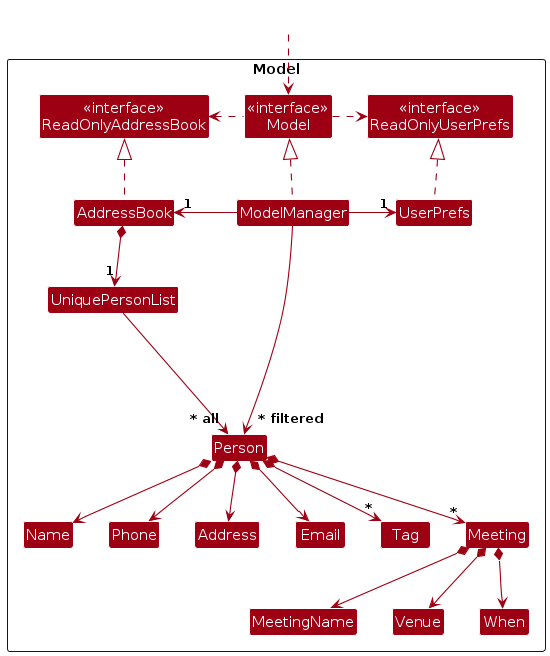
Earlier version of the PlantUML export diagrams/ModelClassDiagram.png (AY2526S1-CS2103-F10-1/tp). Its source is kept beside it as diagrams/ModelClassDiagram.puml. The source it was exported from:
```plantuml
@startuml
!include style.puml
skinparam arrowThickness 1.1
skinparam arrowColor MODEL_COLOR
skinparam classBackgroundColor MODEL_COLOR

Package Model as ModelPackage <<Rectangle>>{
Class "<<interface>>\nReadOnlyAddressBook" as ReadOnlyAddressBook
Class "<<interface>>\nReadOnlyUserPrefs" as ReadOnlyUserPrefs
Class "<<interface>>\nModel" as Model
Class AddressBook
Class ModelManager
Class UserPrefs

Class UniquePersonList
Class Person
Class Address
Class Email
Class Name
Class Phone
Class Tag
Class Meeting
Class MeetingName
Class Venue
Class When

Class I #FFFFFF
}

Class HiddenOutside #FFFFFF
HiddenOutside ..> Model

AddressBook .up.|> ReadOnlyAddressBook

ModelManager .up.|> Model
Model .right.> ReadOnlyUserPrefs
Model .left.> ReadOnlyAddressBook
ModelManager -left-> "1" AddressBook
ModelManager -right-> "1" UserPrefs
UserPrefs .up.|> ReadOnlyUserPrefs

AddressBook *--> "1" UniquePersonList
UniquePersonList --> "~* all" Person
Person *--> Name
Person *--> Phone
Person *--> Email
Person *--> Address
Person *--> "*" Tag
Person *--> "*" Meeting
Meeting *--> MeetingName
Meeting *--> Venue
Meeting *--> When

Person -[hidden]up--> I
UniquePersonList -[hidden]right-> I

Name -[hidden]right-> Phone
Phone -[hidden]right-> Address
Address -[hidden]right-> Email

ModelManager --> "~* filtered" Person
@enduml
```
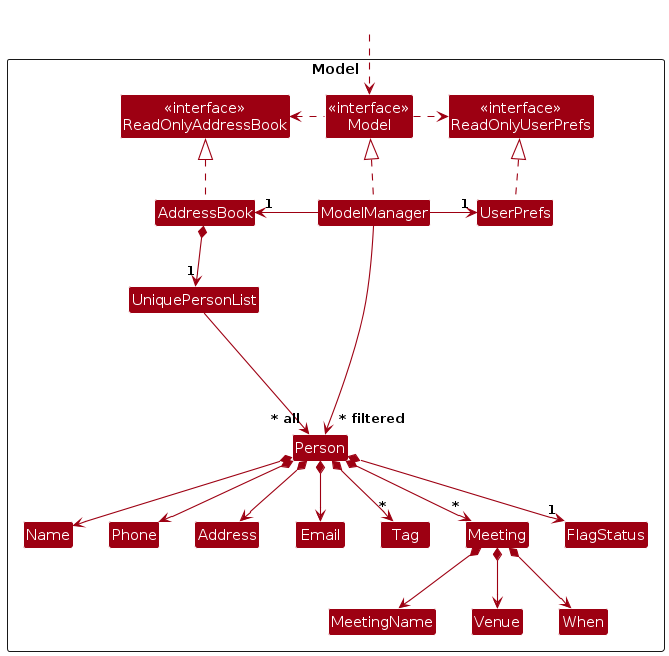
Above is the later version.

Diff of the diagram source:
```diff
@@ -23,6 +23,7 @@
 Class MeetingName
 Class Venue
 Class When
+Class FlagStatus
 
 Class I #FFFFFF
 }
@@ -47,6 +48,7 @@
 Person *--> Address
 Person *--> "*" Tag
 Person *--> "*" Meeting
+Person *--> "1" FlagStatus
 Meeting *--> MeetingName
 Meeting *--> Venue
 Meeting *--> When
```
